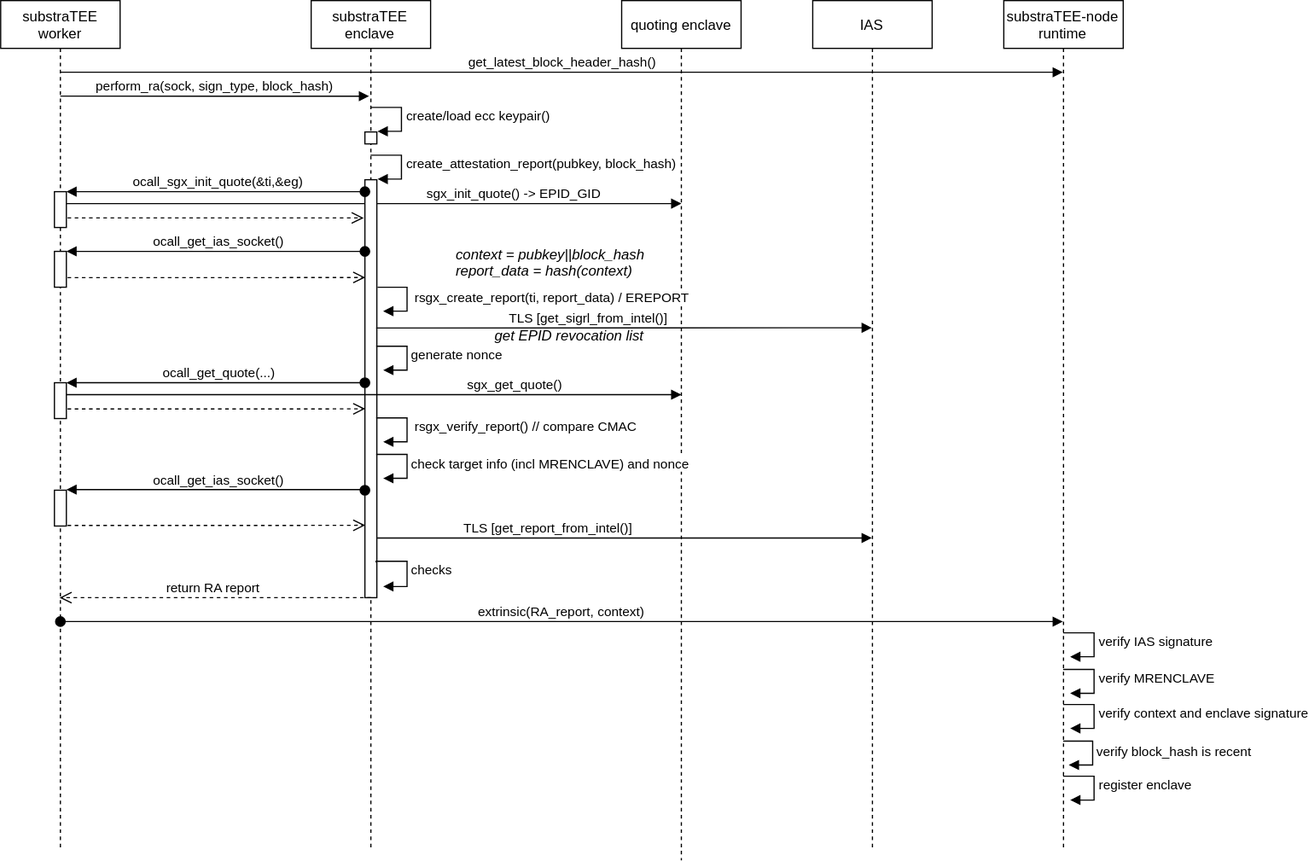
Earlier version of the draw.io export attestation_registry_sequence.svg (integritee-network/substraTEE). Source tidied: cells renumbered, new cells last; positions are measured from the earlier drawing's top-left corner, leaving out a move shared by most shapes.
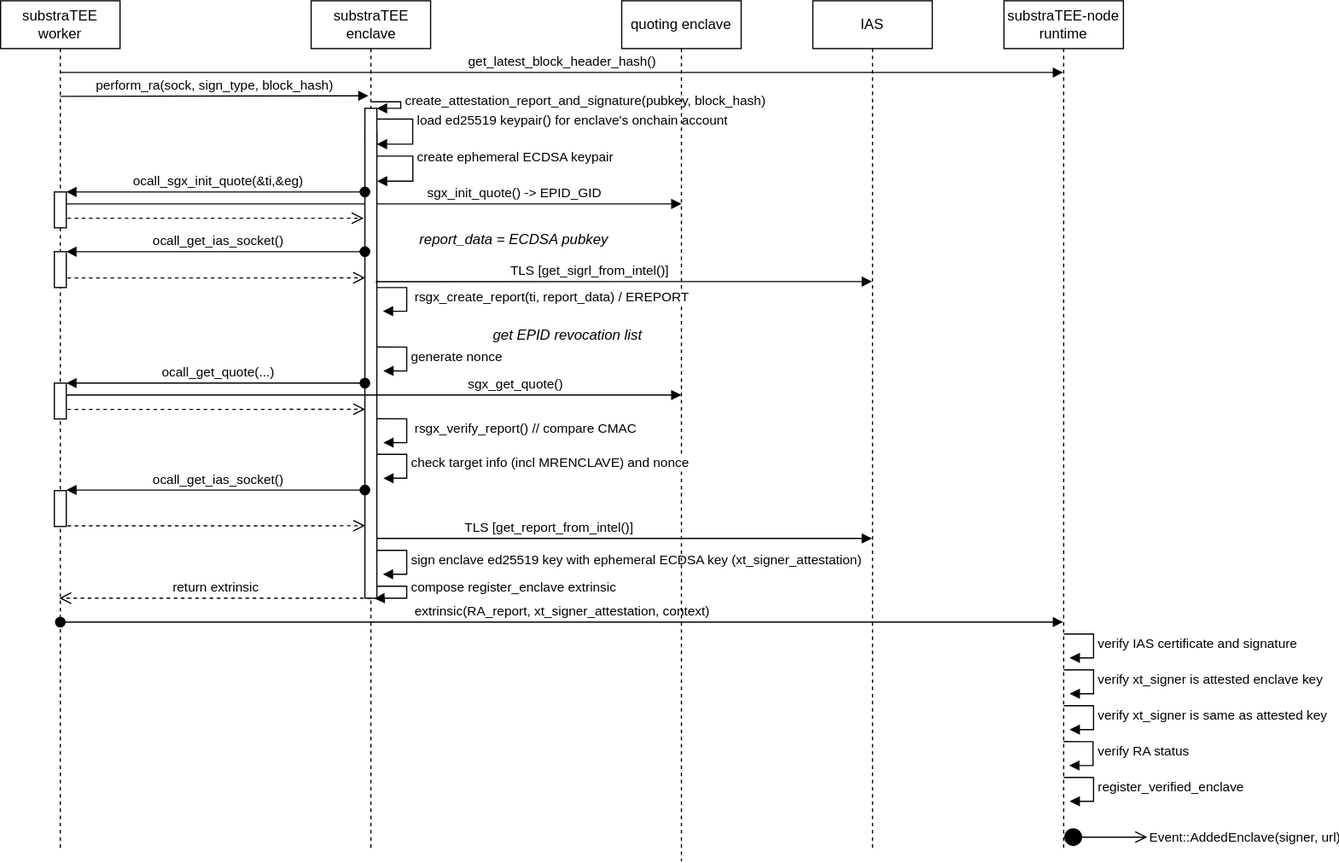
The same file after the commit.

Commit message:
update attestation sequence diagram with links into code and signer attestation

The edit, as a diff of the source:
```diff
@@ -5,7 +5,7 @@
     <mxCell id="2" value="&lt;div&gt;substraTEE&lt;/div&gt;&lt;div&gt;worker&lt;/div&gt;" style="shape=umlLifeline;perimeter=lifelinePerimeter;whiteSpace=wrap;html=1;outlineConnect=0;" parent="1" vertex="1">
       <mxGeometry width="100" height="710" as="geometry" />
     </mxCell>
-    <mxCell id="3" value="perform_ra(sock, sign_type, block_hash)" style="html=1;verticalAlign=bottom;endArrow=block;entryX=0.48;entryY=0.112;entryDx=0;entryDy=0;entryPerimeter=0;" parent="2" edge="1" target="9">
+    <mxCell id="3" value="&lt;a href=&quot;https://github.com/scs/substraTEE-worker/blob/23e77cab0a0687cda04fd8ef59ba3161e223ce66/worker/src/enclave/api.rs#L319&quot;&gt;perform_ra(sock, sign_type, block_hash)&lt;/a&gt;" style="html=1;verticalAlign=bottom;endArrow=block;entryX=0.48;entryY=0.112;entryDx=0;entryDy=0;entryPerimeter=0;" parent="2" edge="1" target="9">
       <mxGeometry relative="1" as="geometry">
         <mxPoint x="50" y="80" as="sourcePoint" />
       </mxGeometry>
@@ -28,7 +28,7 @@
     <mxCell id="6" style="html=1;points=[];perimeter=orthogonalPerimeter;" parent="2" vertex="1">
       <mxGeometry x="45" y="210" width="10" height="30" as="geometry" />
     </mxCell>
-    <mxCell id="7" value="extrinsic(RA_report, context)" style="html=1;verticalAlign=bottom;startArrow=oval;startFill=1;endArrow=block;startSize=8;" parent="2" edge="1" target="36">
+    <mxCell id="7" value="extrinsic(RA_report, xt_signer_attestation, context)" style="html=1;verticalAlign=bottom;startArrow=oval;startFill=1;endArrow=block;startSize=8;" parent="2" edge="1" target="36">
       <mxGeometry relative="1" as="geometry">
         <mxPoint x="50" y="520" as="sourcePoint" />
       </mxGeometry>
@@ -44,27 +44,34 @@
     <mxCell id="10" style="html=1;points=[];perimeter=orthogonalPerimeter;" parent="9" vertex="1">
       <mxGeometry x="45" y="110" width="10" height="10" as="geometry" />
     </mxCell>
-    <mxCell id="11" value="&lt;div&gt;create/load ecc keypair()&lt;/div&gt;" style="edgeStyle=orthogonalEdgeStyle;html=1;align=left;spacingLeft=2;endArrow=block;rounded=0;entryX=1;entryY=0;" parent="9" edge="1" target="10">
-      <mxGeometry relative="1" as="geometry">
-        <mxPoint x="50" y="90" as="sourcePoint" />
-        <Array as="points">
-          <mxPoint x="75" y="90" />
-        </Array>
-      </mxGeometry>
-    </mxCell>
     <mxCell id="12" style="html=1;points=[];perimeter=orthogonalPerimeter;" parent="9" vertex="1">
-      <mxGeometry x="45" y="150" width="10" height="350" as="geometry" />
+      <mxGeometry x="45" y="90" width="10" height="410" as="geometry" />
     </mxCell>
-    <mxCell id="13" value="create_attestation_report(pubkey, block_hash)" style="edgeStyle=orthogonalEdgeStyle;html=1;align=left;spacingLeft=2;endArrow=block;rounded=0;entryX=1;entryY=0;" parent="9" edge="1" target="12">
-      <mxGeometry relative="1" as="geometry">
-        <mxPoint x="50" y="130" as="sourcePoint" />
+    <mxCell id="13" value="&lt;a href=&quot;https://github.com/scs/substraTEE-worker/blob/23e77cab0a0687cda04fd8ef59ba3161e223ce66/enclave/src/attestation.rs#L599&quot;&gt;create_attestation_report_and_signature(pubkey, block_hash)&lt;/a&gt;" style="edgeStyle=orthogonalEdgeStyle;html=1;align=left;spacingLeft=2;endArrow=block;rounded=0;entryX=1;entryY=0;exitX=0.506;exitY=0.119;exitDx=0;exitDy=0;exitPerimeter=0;" parent="9" edge="1" source="9" target="12">
+      <mxGeometry x="-0.02" relative="1" as="geometry">
         <Array as="points">
-          <mxPoint x="50" y="130" />
-          <mxPoint x="75" y="130" />
-          <mxPoint x="75" y="150" />
+          <mxPoint x="75" y="85" />
+          <mxPoint x="75" y="90" />
         </Array>
       </mxGeometry>
     </mxCell>
+    <mxCell id="43" value="&lt;div&gt;&lt;a href=&quot;https://github.com/scs/substraTEE-worker/blob/23e77cab0a0687cda04fd8ef59ba3161e223ce66/enclave/src/attestation.rs#L602&quot;&gt;load ed25519 keypair() for enclave's onchain account&lt;br&gt;&lt;/a&gt;&lt;/div&gt;" style="edgeStyle=orthogonalEdgeStyle;html=1;align=left;spacingLeft=2;endArrow=block;rounded=0;exitX=0.99;exitY=0.022;exitDx=0;exitDy=0;exitPerimeter=0;" parent="9" edge="1" source="12" target="12">
+      <mxGeometry x="-0.23" relative="1" as="geometry">
+        <Array as="points">
+          <mxPoint x="85" y="99" />
+          <mxPoint x="85" y="120" />
+        </Array>
+      </mxGeometry>
+    </mxCell>
+    <mxCell id="44" value="&lt;a href=&quot;https://github.com/scs/substraTEE-worker/blob/23e77cab0a0687cda04fd8ef59ba3161e223ce66/enclave/src/attestation.rs#L641&quot;&gt;sign enclave ed25519 key with ephemeral ECDSA key (xt_signer_attestation)&lt;br&gt;&lt;/a&gt;" style="edgeStyle=orthogonalEdgeStyle;html=1;align=left;spacingLeft=2;endArrow=block;rounded=0;entryX=1;entryY=0;" parent="9" edge="1">
+      <mxGeometry relative="1" as="geometry">
+        <mxPoint x="55" y="460" as="sourcePoint" />
+        <mxPoint x="60" y="480" as="targetPoint" />
+        <Array as="points">
+          <mxPoint x="80" y="460" />
+        </Array>
+      </mxGeometry>
+    </mxCell>
     <mxCell id="14" value="&lt;div&gt;quoting enclave&lt;/div&gt;" style="shape=umlLifeline;perimeter=lifelinePerimeter;whiteSpace=wrap;html=1;" parent="1" vertex="1">
       <mxGeometry x="520" width="100" height="720" as="geometry" />
     </mxCell>
@@ -80,14 +87,14 @@
     <mxCell id="16" style="html=1;points=[];perimeter=orthogonalPerimeter;" parent="1" vertex="1">
       <mxGeometry x="45" y="160" width="10" height="30" as="geometry" />
     </mxCell>
-    <mxCell id="17" value="ocall_sgx_init_quote(&amp;amp;ti,&amp;amp;eg)" style="html=1;verticalAlign=bottom;startArrow=oval;startFill=1;endArrow=block;startSize=8;" parent="1" edge="1" source="12" target="16">
+    <mxCell id="17" value="&lt;a href=&quot;https://github.com/scs/substraTEE-worker/blob/23e77cab0a0687cda04fd8ef59ba3161e223ce66/enclave/src/attestation.rs#L366&quot;&gt;ocall_sgx_init_quote(&amp;amp;ti,&amp;amp;eg)&lt;/a&gt;" style="html=1;verticalAlign=bottom;startArrow=oval;startFill=1;endArrow=block;startSize=8;" parent="1" edge="1" source="12" target="16">
       <mxGeometry x="-0.02" relative="1" as="geometry">
         <Array as="points">
           <mxPoint x="230" y="160" />
         </Array>
       </mxGeometry>
     </mxCell>
-    <mxCell id="18" value="ocall_get_ias_socket()" style="html=1;verticalAlign=bottom;startArrow=oval;startFill=1;endArrow=block;startSize=8;" parent="1" edge="1" source="12" target="6">
+    <mxCell id="18" value="&lt;a href=&quot;https://github.com/scs/substraTEE-worker/blob/23e77cab0a0687cda04fd8ef59ba3161e223ce66/enclave/src/attestation.rs#L389&quot;&gt;ocall_get_ias_socket()&lt;/a&gt;" style="html=1;verticalAlign=bottom;startArrow=oval;startFill=1;endArrow=block;startSize=8;" parent="1" edge="1" source="12" target="6">
       <mxGeometry x="-0.02" relative="1" as="geometry">
         <Array as="points">
           <mxPoint x="230" y="210" />
@@ -100,7 +107,7 @@
     <mxCell id="20" value="TLS [get_sigrl_from_intel()]" style="html=1;verticalAlign=bottom;endArrow=block;exitX=0.9;exitY=0.354;exitDx=0;exitDy=0;exitPerimeter=0;" parent="1" edge="1" source="12" target="19">
       <mxGeometry x="-0.14" relative="1" as="geometry">
         <Array as="points">
-          <mxPoint x="670" y="274" />
+          <mxPoint x="670" y="235" />
         </Array>
       </mxGeometry>
     </mxCell>
@@ -137,7 +144,7 @@
     <mxCell id="25" style="html=1;points=[];perimeter=orthogonalPerimeter;" parent="1" vertex="1">
       <mxGeometry x="45" y="320" width="10" height="30" as="geometry" />
     </mxCell>
-    <mxCell id="26" value="ocall_get_quote(...)" style="html=1;verticalAlign=bottom;startArrow=oval;startFill=1;endArrow=block;startSize=8;" parent="1" edge="1" target="25">
+    <mxCell id="26" value="&lt;a href=&quot;https://github.com/scs/substraTEE-worker/blob/23e77cab0a0687cda04fd8ef59ba3161e223ce66/enclave/src/attestation.rs#L498&quot;&gt;ocall_get_quote(...)&lt;/a&gt;" style="html=1;verticalAlign=bottom;startArrow=oval;startFill=1;endArrow=block;startSize=8;" parent="1" edge="1" target="25">
       <mxGeometry x="-0.02" relative="1" as="geometry">
         <mxPoint x="305" y="320" as="sourcePoint" />
         <Array as="points">
@@ -151,7 +158,7 @@
         <mxPoint x="570" y="330" as="targetPoint" />
       </mxGeometry>
     </mxCell>
-    <mxCell id="28" value="&amp;nbsp;rsgx_verify_report() // compare CMAC" style="edgeStyle=orthogonalEdgeStyle;html=1;align=left;spacingLeft=2;endArrow=block;rounded=0;entryX=1;entryY=0;" parent="1" edge="1">
+    <mxCell id="28" value="&lt;a href=&quot;https://github.com/scs/substraTEE-worker/blob/23e77cab0a0687cda04fd8ef59ba3161e223ce66/enclave/src/attestation.rs#L524&quot;&gt;&amp;nbsp;rsgx_verify_report() // compare CMAC&lt;/a&gt;" style="edgeStyle=orthogonalEdgeStyle;html=1;align=left;spacingLeft=2;endArrow=block;rounded=0;entryX=1;entryY=0;" parent="1" edge="1">
       <mxGeometry relative="1" as="geometry">
         <mxPoint x="314.9" y="349.8" as="sourcePoint" />
         <mxPoint x="320.4" y="369.8" as="targetPoint" />
@@ -160,7 +167,7 @@
         </Array>
       </mxGeometry>
     </mxCell>
-    <mxCell id="29" value="check target info (incl MRENCLAVE) and nonce" style="edgeStyle=orthogonalEdgeStyle;html=1;align=left;spacingLeft=2;endArrow=block;rounded=0;entryX=1;entryY=0;" parent="1" edge="1">
+    <mxCell id="29" value="&lt;a href=&quot;https://github.com/scs/substraTEE-worker/blob/23e77cab0a0687cda04fd8ef59ba3161e223ce66/enclave/src/attestation.rs#L533&quot;&gt;check target info (incl MRENCLAVE) and nonce&lt;/a&gt;" style="edgeStyle=orthogonalEdgeStyle;html=1;align=left;spacingLeft=2;endArrow=block;rounded=0;entryX=1;entryY=0;" parent="1" edge="1">
       <mxGeometry relative="1" as="geometry">
         <mxPoint x="314.9" y="379.6" as="sourcePoint" />
         <mxPoint x="320.4" y="399.6" as="targetPoint" />
@@ -190,7 +197,7 @@
         </Array>
       </mxGeometry>
     </mxCell>
-    <mxCell id="33" value="TLS [get_report_from_intel()]" style="html=1;verticalAlign=bottom;endArrow=block;" parent="1" edge="1">
+    <mxCell id="33" value="&lt;a href=&quot;https://github.com/scs/substraTEE-worker/blob/23e77cab0a0687cda04fd8ef59ba3161e223ce66/enclave/src/attestation.rs#L583&quot;&gt;TLS [get_report_from_intel()]&lt;/a&gt;" style="html=1;verticalAlign=bottom;endArrow=block;" parent="1" edge="1">
       <mxGeometry x="-0.3" relative="1" as="geometry">
         <mxPoint x="315" y="450" as="sourcePoint" />
         <mxPoint x="729.5" y="450" as="targetPoint" />
@@ -199,16 +206,17 @@
         </Array>
       </mxGeometry>
     </mxCell>
-    <mxCell id="34" value="checks" style="edgeStyle=orthogonalEdgeStyle;html=1;align=left;spacingLeft=2;endArrow=block;rounded=0;entryX=1;entryY=0;" parent="1" edge="1">
-      <mxGeometry relative="1" as="geometry">
-        <mxPoint x="314.9" y="470.3" as="sourcePoint" />
-        <mxPoint x="320.4" y="490.3" as="targetPoint" />
+    <mxCell id="34" value="&lt;div&gt;&lt;a href=&quot;https://github.com/scs/substraTEE-worker/blob/23e77cab0a0687cda04fd8ef59ba3161e223ce66/enclave/src/attestation.rs#L688&quot;&gt;compose register_enclave extrinsic&lt;/a&gt;&lt;/div&gt;" style="edgeStyle=orthogonalEdgeStyle;html=1;align=left;spacingLeft=2;endArrow=block;rounded=0;entryX=0.8;entryY=1.001;entryDx=0;entryDy=0;entryPerimeter=0;" parent="1" edge="1" target="12">
+      <mxGeometry x="-0.19" relative="1" as="geometry">
+        <mxPoint x="314.9" y="490" as="sourcePoint" />
         <Array as="points">
-          <mxPoint x="340" y="470" />
+          <mxPoint x="340" y="490" />
+          <mxPoint x="340" y="500" />
+          <mxPoint x="320" y="500" />
         </Array>
       </mxGeometry>
     </mxCell>
-    <mxCell id="35" value="return RA report" style="html=1;verticalAlign=bottom;endArrow=open;dashed=1;endSize=8;" parent="1" edge="1" target="2">
+    <mxCell id="35" value="return extrinsic" style="html=1;verticalAlign=bottom;endArrow=open;dashed=1;endSize=8;" parent="1" edge="1" target="2">
       <mxGeometry relative="1" as="geometry">
         <mxPoint x="310" y="500" as="sourcePoint" />
       </mxGeometry>
@@ -216,7 +224,13 @@
     <mxCell id="36" value="substraTEE-node runtime" style="shape=umlLifeline;perimeter=lifelinePerimeter;whiteSpace=wrap;html=1;outlineConnect=0;" parent="1" vertex="1">
       <mxGeometry x="840" width="100" height="710" as="geometry" />
     </mxCell>
+    <mxCell id="45" value="Event::AddedEnclave(signer, url)" style="html=1;verticalAlign=middle;startArrow=circle;startFill=1;endArrow=open;startSize=6;endSize=8;align=left;" parent="36" edge="1">
+      <mxGeometry x="1" relative="1" as="geometry">
+        <mxPoint x="50" y="700" as="sourcePoint" />
+        <mxPoint x="120" y="700" as="targetPoint" />
+      </mxGeometry>
+    </mxCell>
-    <mxCell id="37" value="verify IAS signature" style="edgeStyle=orthogonalEdgeStyle;html=1;align=left;spacingLeft=2;endArrow=block;rounded=0;entryX=1;entryY=0;" parent="1" edge="1">
+    <mxCell id="37" value="&lt;a href=&quot;https://github.com/scs/substraTEE-node/blob/426be9801e3de1a0a6dc7f6e9db9ee10aa34e5f4/pallets/substratee-registry/host-calls/src/remote_attestation.rs#L180-L199&quot;&gt;verify IAS certificate and signature&lt;/a&gt;" style="edgeStyle=orthogonalEdgeStyle;html=1;align=left;spacingLeft=2;endArrow=block;rounded=0;entryX=1;entryY=0;" parent="1" edge="1">
       <mxGeometry relative="1" as="geometry">
         <mxPoint x="890" y="530" as="sourcePoint" />
         <mxPoint x="895" y="550" as="targetPoint" />
@@ -225,7 +239,7 @@
         </Array>
       </mxGeometry>
     </mxCell>
-    <mxCell id="38" value="register enclave" style="edgeStyle=orthogonalEdgeStyle;html=1;align=left;spacingLeft=2;endArrow=block;rounded=0;entryX=1;entryY=0;" parent="1" edge="1">
+    <mxCell id="38" value="register_verified_enclave" style="edgeStyle=orthogonalEdgeStyle;html=1;align=left;spacingLeft=2;endArrow=block;rounded=0;entryX=1;entryY=0;" parent="1" edge="1">
       <mxGeometry relative="1" as="geometry">
         <mxPoint x="890" y="650" as="sourcePoint" />
         <mxPoint x="895" y="670" as="targetPoint" />
@@ -234,7 +248,7 @@
         </Array>
       </mxGeometry>
     </mxCell>
-    <mxCell id="39" value="verify MRENCLAVE" style="edgeStyle=orthogonalEdgeStyle;html=1;align=left;spacingLeft=2;endArrow=block;rounded=0;entryX=1;entryY=0;" parent="1" edge="1">
+    <mxCell id="39" value="&lt;a href=&quot;https://github.com/scs/substraTEE-node/blob/426be9801e3de1a0a6dc7f6e9db9ee10aa34e5f4/pallets/substratee-registry/host-calls/src/remote_attestation.rs#L306&quot;&gt;verify xt_signer is attested enclave key&lt;/a&gt;" style="edgeStyle=orthogonalEdgeStyle;html=1;align=left;spacingLeft=2;endArrow=block;rounded=0;entryX=1;entryY=0;" parent="1" edge="1">
       <mxGeometry relative="1" as="geometry">
         <mxPoint x="890" y="560" as="sourcePoint" />
         <mxPoint x="895" y="580" as="targetPoint" />
@@ -243,7 +257,7 @@
         </Array>
       </mxGeometry>
     </mxCell>
-    <mxCell id="40" value="verify context and enclave signature" style="edgeStyle=orthogonalEdgeStyle;html=1;align=left;spacingLeft=2;endArrow=block;rounded=0;entryX=1;entryY=0;" parent="1" edge="1">
+    <mxCell id="40" value="&lt;a href=&quot;https://github.com/scs/substraTEE-node/blob/426be9801e3de1a0a6dc7f6e9db9ee10aa34e5f4/pallets/substratee-registry/src/lib.rs#L110&quot;&gt;verify xt_signer is same as attested key&lt;/a&gt;" style="edgeStyle=orthogonalEdgeStyle;html=1;align=left;spacingLeft=2;endArrow=block;rounded=0;entryX=1;entryY=0;" parent="1" edge="1">
       <mxGeometry relative="1" as="geometry">
         <mxPoint x="890" y="590" as="sourcePoint" />
         <mxPoint x="895" y="610" as="targetPoint" />
@@ -252,7 +266,7 @@
         </Array>
       </mxGeometry>
     </mxCell>
-    <mxCell id="41" value="verify block_hash is recent" style="edgeStyle=orthogonalEdgeStyle;html=1;align=left;spacingLeft=2;endArrow=block;rounded=0;entryX=1;entryY=0;" parent="1" edge="1">
+    <mxCell id="41" value="&lt;a href=&quot;https://github.com/scs/substraTEE-node/blob/426be9801e3de1a0a6dc7f6e9db9ee10aa34e5f4/pallets/substratee-registry/src/lib.rs#L114&quot;&gt;verify RA status&lt;/a&gt;" style="edgeStyle=orthogonalEdgeStyle;html=1;align=left;spacingLeft=2;endArrow=block;rounded=0;entryX=1;entryY=0;" parent="1" edge="1">
       <mxGeometry relative="1" as="geometry">
         <mxPoint x="889.9" y="620.1" as="sourcePoint" />
         <mxPoint x="894.6" y="640.1" as="targetPoint" />
@@ -261,8 +275,18 @@
         </Array>
       </mxGeometry>
     </mxCell>
-    <mxCell id="42" value="&lt;div align=&quot;left&quot;&gt;&lt;i&gt;context = pubkey||block_hash&lt;/i&gt;&lt;/div&gt;&lt;div align=&quot;left&quot;&gt;&lt;i&gt;report_data = hash(context)&lt;/i&gt;&lt;/div&gt;" style="text;html=1;strokeColor=none;fillColor=none;align=center;verticalAlign=middle;whiteSpace=wrap;rounded=0;" parent="1" vertex="1">
-      <mxGeometry x="370" y="210" width="180" height="20" as="geometry" />
+    <mxCell id="42" value="&lt;div align=&quot;left&quot;&gt;&lt;a href=&quot;https://github.com/scs/substraTEE-worker/blob/23e77cab0a0687cda04fd8ef59ba3161e223ce66/enclave/src/attestation.rs#L413&quot;&gt;&lt;i&gt;report_data = ECDSA pubkey&lt;/i&gt;&lt;/a&gt;&lt;/div&gt;" style="text;html=1;strokeColor=none;fillColor=none;align=center;verticalAlign=middle;whiteSpace=wrap;rounded=0;" parent="1" vertex="1">
+      <mxGeometry x="340" y="190" width="180" height="20" as="geometry" />
     </mxCell>
+    <mxCell id="46" value="&lt;a href=&quot;https://github.com/scs/substraTEE-worker/blob/23e77cab0a0687cda04fd8ef59ba3161e223ce66/enclave/src/attestation.rs#L611&quot;&gt;create ephemeral ECDSA keypair&lt;/a&gt;" style="edgeStyle=orthogonalEdgeStyle;html=1;align=left;spacingLeft=2;endArrow=block;rounded=0;exitX=0.99;exitY=0.022;exitDx=0;exitDy=0;exitPerimeter=0;" parent="1" edge="1">
+      <mxGeometry x="-0.23" relative="1" as="geometry">
+        <mxPoint x="315" y="130" as="sourcePoint" />
+        <mxPoint x="315.1" y="151" as="targetPoint" />
+        <Array as="points">
+          <mxPoint x="345.1" y="130" />
+          <mxPoint x="345.1" y="151" />
+        </Array>
+      </mxGeometry>
+    </mxCell>
   </root>
 </mxGraphModel>
```
